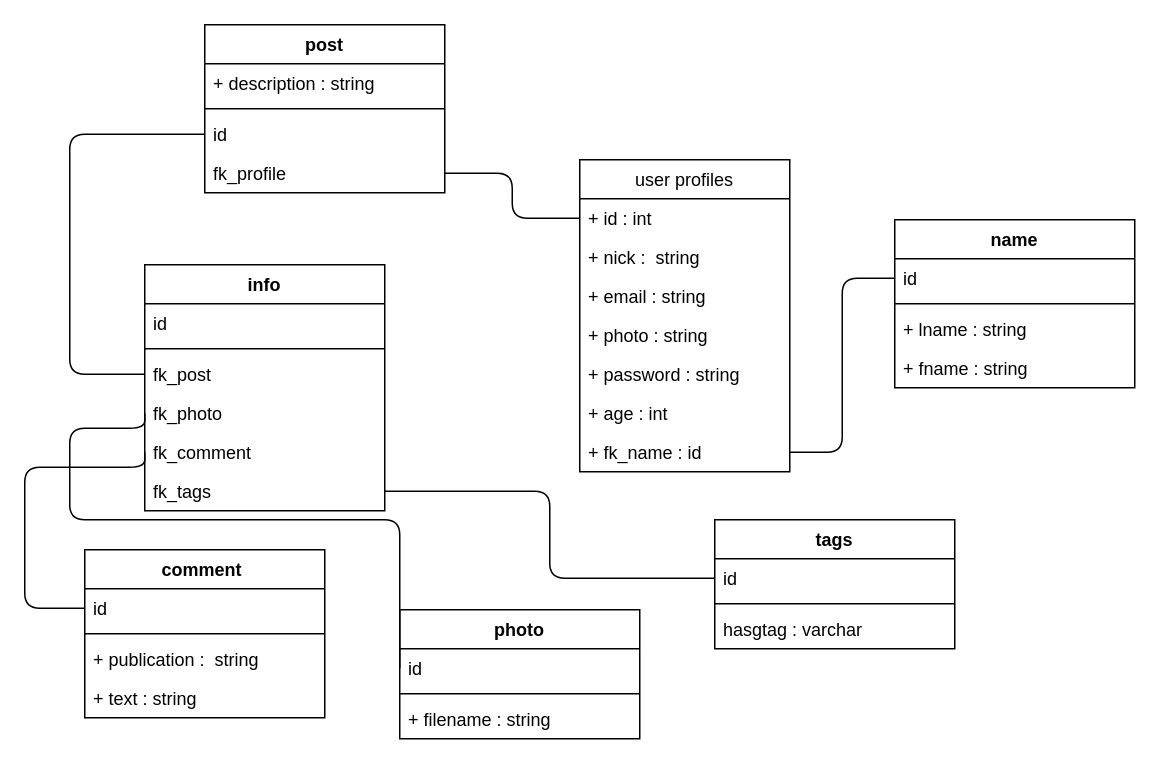
Above: page "Page-3" (3 of 3) of Mohamad/Social Network.drawio in hsntrk/BE16-DBDev-DAY1-Hasan-Mohamad (draw.io), before the change. Source tidied: cells renumbered, new cells numbered last; positions are measured from the earlier drawing's top-left corner, leaving out a move shared by most shapes. Both pictures are drawn from the tidied source at 150%, with x=0, y=0 at pixel (24, 24).
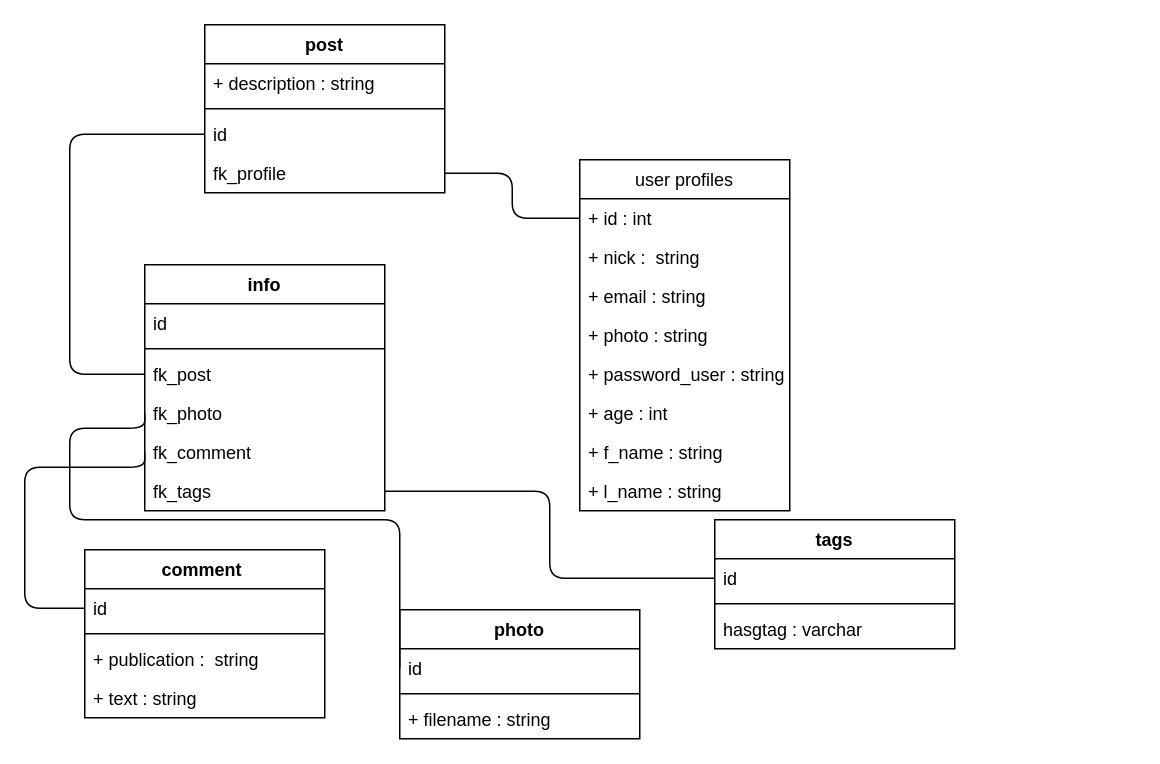
After the change.

What changed in the source:
```diff
@@
     <mxCell id="2" value="user profiles" style="swimlane;fontStyle=0;horizontal=1;startSize=26;fillColor=none;" parent="1" vertex="1">
-      <mxGeometry x="370" y="90" width="140" height="208" as="geometry" />
+      <mxGeometry x="370" y="90" width="140" height="234" as="geometry" />
     </mxCell>
@@
-    <mxCell id="7" value="+ password : string " style="text;strokeColor=none;fillColor=none;align=left;verticalAlign=top;spacingLeft=4;spacingRight=4;overflow=hidden;" parent="2" vertex="1">
+    <mxCell id="7" value="+ password_user : string " style="text;strokeColor=none;fillColor=none;align=left;verticalAlign=top;spacingLeft=4;spacingRight=4;overflow=hidden;" parent="2" vertex="1">
       <mxGeometry y="130" width="140" height="26" as="geometry" />
     </mxCell>
@@
-    <mxCell id="9" value="+ fk_name : id" style="text;strokeColor=none;fillColor=none;align=left;verticalAlign=top;spacingLeft=4;spacingRight=4;overflow=hidden;points=[[0,0.5],[1,0.5]];portConstraint=eastwest;" parent="2" vertex="1">
-      <mxGeometry y="182" width="140" height="26" as="geometry" />
-    </mxCell>
+    <mxCell id="46" value="+ f_name : string" style="text;strokeColor=none;fillColor=none;align=left;verticalAlign=top;spacingLeft=4;spacingRight=4;overflow=hidden;" parent="2" vertex="1">
+      <mxGeometry y="182" width="140" height="26" as="geometry" />
+    </mxCell>
+    <mxCell id="47" value="+ l_name : string" style="text;strokeColor=none;fillColor=none;align=left;verticalAlign=top;spacingLeft=4;spacingRight=4;overflow=hidden;" parent="2" vertex="1">
+      <mxGeometry y="208" width="140" height="26" as="geometry" />
+    </mxCell>
@@
-    <mxCell id="21" value="name" style="swimlane;fontStyle=1;align=center;verticalAlign=top;horizontal=1;startSize=26;" parent="1" vertex="1">
-      <mxGeometry x="580" y="130" width="160" height="112" as="geometry" />
-    </mxCell>
-    <mxCell id="22" value="id" style="text;strokeColor=none;fillColor=none;align=left;verticalAlign=top;spacingLeft=4;spacingRight=4;overflow=hidden;points=[[0,0.5],[1,0.5]];portConstraint=eastwest;" parent="21" vertex="1">
-      <mxGeometry y="26" width="160" height="26" as="geometry" />
-    </mxCell>
-    <mxCell id="23" style="line;strokeWidth=1;fillColor=none;align=left;verticalAlign=middle;spacingTop=-1;spacingLeft=3;spacingRight=3;labelPosition=right;" parent="21" vertex="1">
-      <mxGeometry y="52" width="160" height="8" as="geometry" />
-    </mxCell>
-    <mxCell id="24" value="+ lname : string " style="text;strokeColor=none;fillColor=none;align=left;verticalAlign=top;spacingLeft=4;spacingRight=4;overflow=hidden;" parent="21" vertex="1">
-      <mxGeometry y="60" width="160" height="26" as="geometry" />
-    </mxCell>
-    <mxCell id="25" value="+ fname : string" style="text;strokeColor=none;fillColor=none;align=left;verticalAlign=top;spacingLeft=4;spacingRight=4;overflow=hidden;" parent="21" vertex="1">
-      <mxGeometry y="86" width="160" height="26" as="geometry" />
-    </mxCell>
-    <mxCell id="26" style="edgeStyle=orthogonalEdgeStyle;html=1;exitX=0;exitY=0.5;exitDx=0;exitDy=0;entryX=1;entryY=0.5;entryDx=0;entryDy=0;endArrow=none;endFill=0;" parent="1" edge="1" source="22" target="9">
-      <mxGeometry relative="1" as="geometry" />
-    </mxCell>
```
